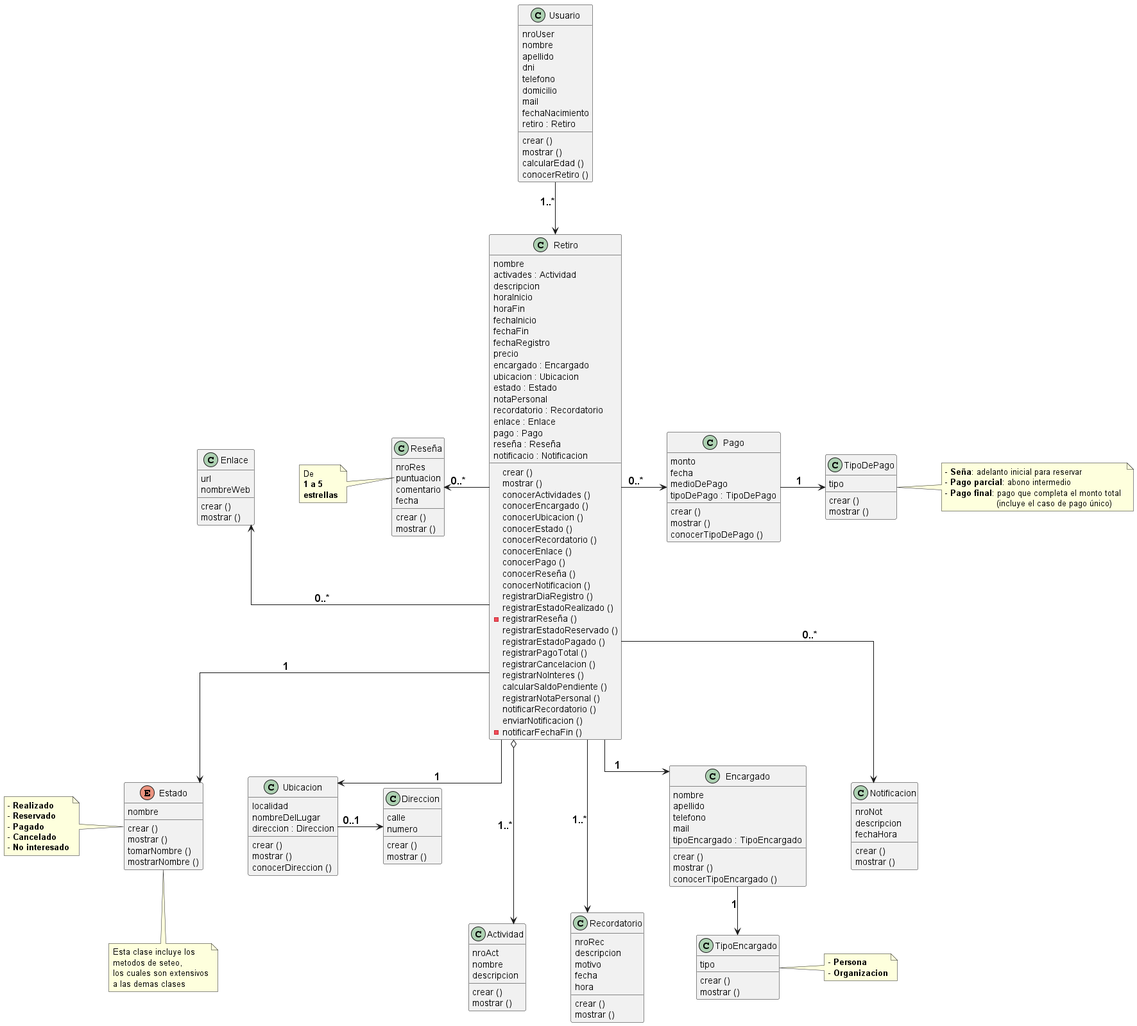
angelkemerer/diagramas-uml keeps this PlantUML diagram as out/TPI/claseTPI/diagrama de clases TPI etapa 2.png. Above is the earlier version. Its diagram source:
```plantuml
@startuml diagrama de clases TPI etapa 2
skinparam linetype ortho
skinparam ranksep 40
skinparam nodesep 70

class Usuario {
    nroUser
    nombre
    apellido
    dni
    telefono
    domicilio
    mail
    fechaNacimiento
    retiro : Retiro
    crear ()
    mostrar ()
    calcularEdad ()
    conocerRetiro ()
}

class Retiro {
    nombre
    activades : Actividad
    descripcion
    horaInicio
    horaFin
    fechaInicio
    fechaFin
    fechaRegistro
    precio
    encargado : Encargado
    ubicacion : Ubicacion
    estado : Estado
    notaPersonal
    recordatorio : Recordatorio
    enlace : Enlace
    pago : Pago
    reseña : Reseña
    notificacio : Notificacion
    crear ()
    mostrar ()
    conocerActividades ()
    conocerEncargado ()
    conocerUbicacion ()
    conocerEstado ()
    conocerRecordatorio ()
    conocerEnlace ()
    conocerPago ()
    conocerReseña ()
    conocerNotificacion ()
    registrarDiaRegistro ()
    registrarEstadoRealizado ()
    - registrarReseña ()
    registrarEstadoReservado ()
    registrarEstadoPagado ()
    registrarPagoTotal ()
    registrarCancelacion ()
    registrarNoInteres ()
    calcularSaldoPendiente ()
    registrarNotaPersonal ()
    notificarRecordatorio ()
    enviarNotificacion ()
    - notificarFechaFin ()
}

class Actividad {
    nroAct
    nombre
    descripcion
    crear ()
    mostrar ()
}

class Ubicacion {
    localidad
    nombreDelLugar
    direccion : Direccion
    crear ()
    mostrar ()
    conocerDireccion ()
}

class Direccion {
    calle
    numero
    crear ()
    mostrar ()
}

enum Estado {
    nombre
    crear ()
    mostrar ()
    tomarNombre ()
    mostrarNombre ()
}

class Recordatorio {
    nroRec
    descripcion
    motivo
    fecha
    hora
    crear ()
    mostrar ()
}

class Enlace {
    url
    nombreWeb
    crear ()
    mostrar ()
}

class Encargado {
    nombre
    apellido
    telefono
    mail
    tipoEncargado : TipoEncargado
    crear ()
    mostrar ()
    conocerTipoEncargado ()
}

class TipoEncargado {
    tipo
    crear ()
    mostrar ()
}

class Pago {
    monto
    fecha
    medioDePago
    tipoDePago : TipoDePago
    crear ()
    mostrar ()
    conocerTipoDePago ()
}

class TipoDePago {
    tipo
    crear ()
    mostrar ()
}

class Reseña {
    nroRes
    puntuacion
    comentario
    fecha
    crear ()
    mostrar ()
}

class Notificacion {
    nroNot
    descripcion
    fechaHora
    crear ()
    mostrar ()
}

note right of TipoEncargado
    - <b>Persona
    - <b>Organizacion
end note
note left of Estado
    - <b>Realizado
    - <b>Reservado
    - <b>Pagado
    - <b>Cancelado
    - <b>No interesado
end note

note left of Reseña::puntuacion
    De
    <b>1 a 5
    <b>estrellas
end note

note right of TipoDePago
    - <b>Seña</b>: adelanto inicial para reservar
    - <b>Pago parcial</b>: abono intermedio
    - <b>Pago final</b>: pago que completa el monto total
                        (incluye el caso de pago único)
end note
note "Esta clase incluye los\nmetodos de seteo,\nlos cuales son extensivos\na las demas clases" as N1

Usuario ---> Retiro : <size: 16><b>1..*
Retiro o---> Actividad : <size: 16><b>1..*

Retiro -> Pago : <size: 16><b>0..*
Pago -right-> TipoDePago : <size: 16><b>1

Retiro -down-> Encargado : <size: 16><b>1
Encargado -down-> TipoEncargado : <size: 16><b>1

Retiro -down-> Ubicacion : <size: 16><b>1
Ubicacion -> Direccion : <size: 16><b>0..1

Retiro -down-> Estado : <size: 16><b>1

Retiro ---> Recordatorio : <size: 16><b>1..*
Retiro --> Notificacion : <size: 16><b>0..*
Retiro -left-> Enlace : <size: 16><b>0..*
Retiro -left-> Reseña : <size: 16><b> 0..*

Estado .down. N1
@enduml
```
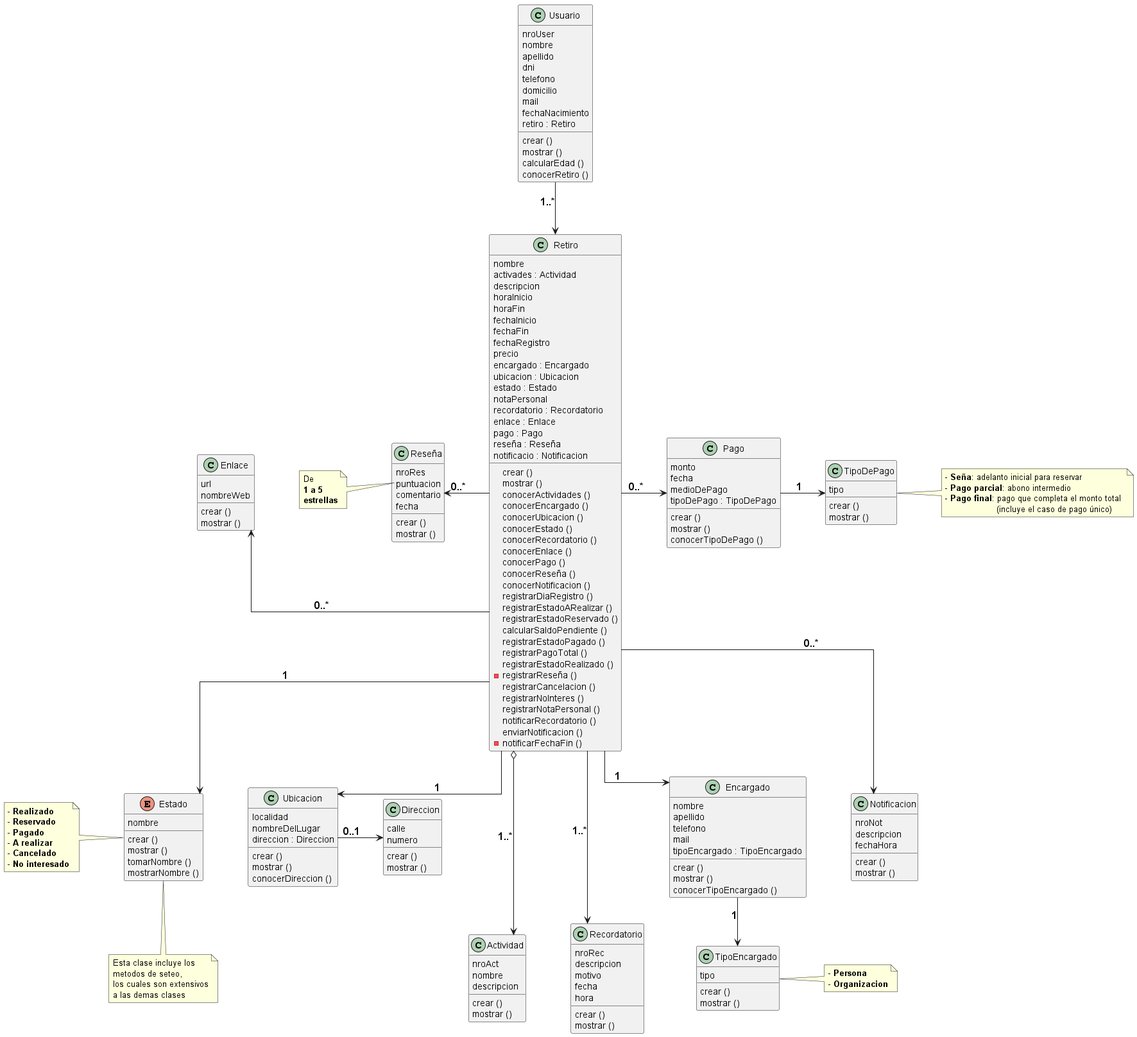
Later version of the same file.

Commit message:
agrege el estado a realizar y su correspondiente metodo

Diff of the diagram source:
```diff
@@ -50,14 +50,15 @@
     conocerReseña ()
     conocerNotificacion ()
     registrarDiaRegistro ()
+    registrarEstadoARealizar ()
+    registrarEstadoReservado ()
+    calcularSaldoPendiente ()
+    registrarEstadoPagado ()
+    registrarPagoTotal ()
     registrarEstadoRealizado ()
     - registrarReseña ()
-    registrarEstadoReservado ()
-    registrarEstadoPagado ()
-    registrarPagoTotal ()
     registrarCancelacion ()
     registrarNoInteres ()
-    calcularSaldoPendiente ()
     registrarNotaPersonal ()
     notificarRecordatorio ()
     enviarNotificacion ()
@@ -171,6 +172,7 @@
     - <b>Realizado
     - <b>Reservado
     - <b>Pagado
+    - <b>A realizar
     - <b>Cancelado
     - <b>No interesado
 end note
```
